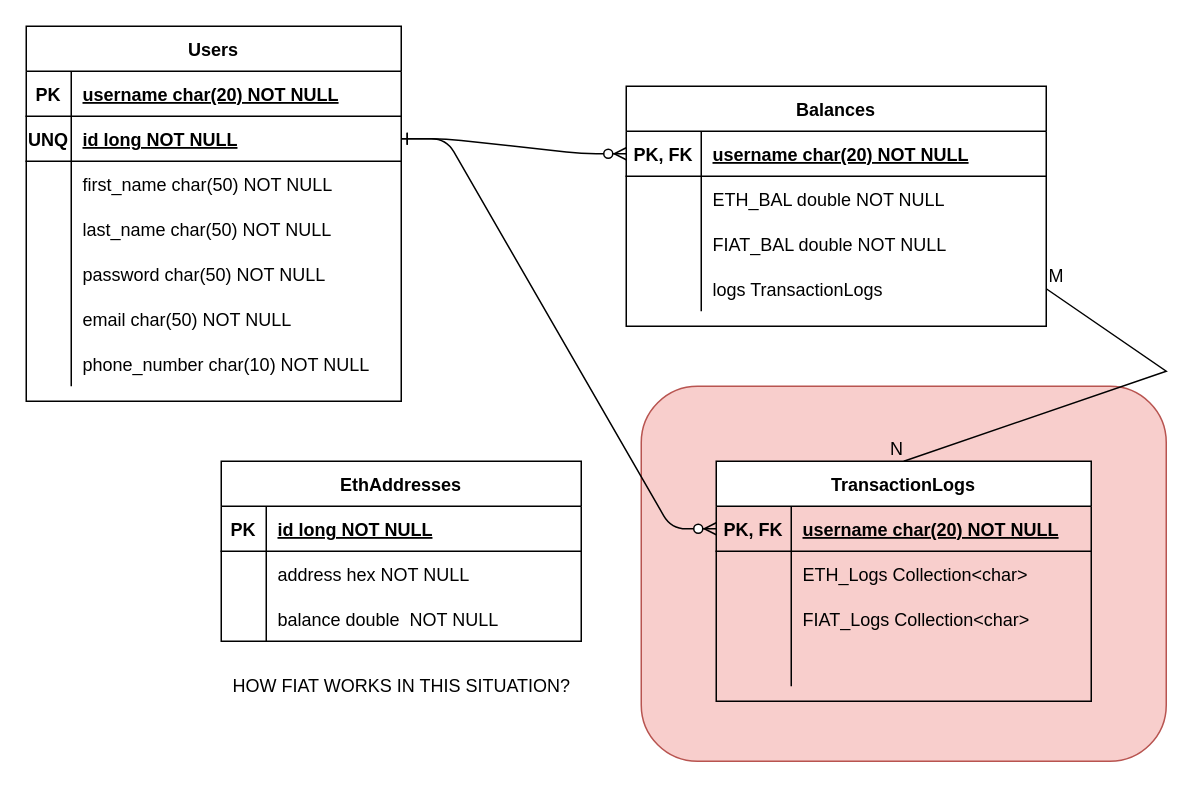
Danyelss/License-Backend-Spring-Boot keeps this draw.io diagram as DrawIo diagrams/DatabaseTables.drawio. Above is the earlier version. Source tidied: cells renumbered, new cells numbered last; positions are measured from the earlier drawing's top-left corner, leaving out a move shared by most shapes. Both pictures are drawn from the tidied source at 150%, with x=0, y=0 at pixel (26, 26).
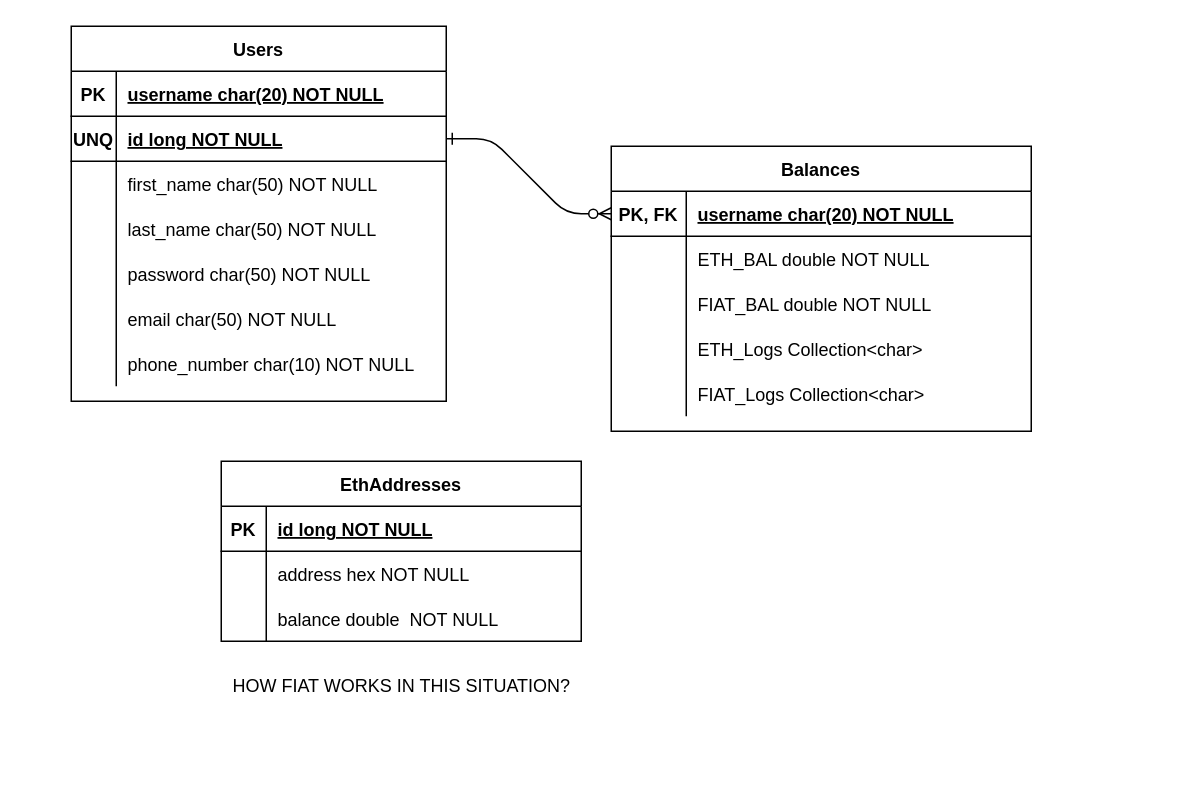
After the change.

Unchanged cells that the change refers to:
```xml
<mxCell id="7" style="shape=partialRectangle;fillColor=none;points=[[0,0.5],[1,0.5]];portConstraint=eastwest;top=0;left=0;right=0;bottom=1;" parent="3" vertex="1">
  <mxGeometry y="60" width="250" height="30" as="geometry" />
</mxCell>
<mxCell id="35" style="shape=partialRectangle;fillColor=none;top=0;left=0;bottom=0;right=0;points=[[0,0.5],[1,0.5]];portConstraint=eastwest;" parent="25" vertex="1">
  <mxGeometry y="120" width="280" height="30" as="geometry" />
</mxCell>
```

The edit, as a diff of the source:
```diff
@@
-    <mxCell id="2" style="rounded=1;whiteSpace=wrap;html=1;fillColor=#f8cecc;strokeColor=#b85450;" parent="1" vertex="1">
-      <mxGeometry x="410" y="240" width="350" height="250" as="geometry" />
-    </mxCell>
     <mxCell id="3" value="Users" style="shape=table;startSize=30;childLayout=tableLayout;rowLines=0;fontStyle=1;align=center;" parent="1" vertex="1">
-      <mxGeometry width="250" height="250" as="geometry" />
+      <mxGeometry x="30" width="250" height="250" as="geometry" />
     </mxCell>
@@
     <mxCell id="25" value="Balances" style="shape=table;startSize=30;childLayout=tableLayout;rowLines=0;fontStyle=1;align=center;" parent="1" vertex="1">
-      <mxGeometry x="400" y="40" width="280" height="160" as="geometry" />
+      <mxGeometry x="390" y="80" width="280" height="190" as="geometry" />
     </mxCell>
@@
-    <mxCell id="37" value="logs TransactionLogs" style="shape=partialRectangle;fillColor=none;top=0;left=0;bottom=0;right=0;align=left;spacingLeft=6;overflow=hidden;" parent="35" vertex="1">
+    <mxCell id="37" value="ETH_Logs Collection&lt;char&gt;" style="shape=partialRectangle;fillColor=none;top=0;left=0;bottom=0;right=0;align=left;spacingLeft=6;overflow=hidden;" parent="35" vertex="1">
       <mxGeometry x="50" width="230" height="30" as="geometry" />
     </mxCell>
+    <mxCell id="67" style="shape=partialRectangle;fillColor=none;top=0;left=0;bottom=0;right=0;" parent="25" vertex="1">
+      <mxGeometry y="150" width="280" height="30" as="geometry" />
+    </mxCell>
+    <mxCell id="68" style="shape=partialRectangle;fillColor=none;top=0;left=0;bottom=0;right=0;overflow=hidden;" parent="67" vertex="1">
+      <mxGeometry width="50" height="30" as="geometry" />
+    </mxCell>
+    <mxCell id="59" value="FIAT_Logs Collection&lt;char&gt;" style="shape=partialRectangle;fillColor=none;top=0;left=0;bottom=0;right=0;align=left;spacingLeft=6;overflow=hidden;" parent="67" vertex="1">
+      <mxGeometry x="50" width="230" height="30" as="geometry" />
+    </mxCell>
@@
-    <mxCell id="50" value="TransactionLogs" style="shape=table;startSize=30;childLayout=tableLayout;rowLines=0;fontStyle=1;align=center;" parent="1" vertex="1">
-      <mxGeometry x="460" y="290" width="250" height="160" as="geometry" />
-    </mxCell>
-    <mxCell id="51" style="shape=partialRectangle;fillColor=none;top=0;left=0;bottom=1;right=0;points=[[0,0.5],[1,0.5]];portConstraint=eastwest;" parent="50" vertex="1">
-      <mxGeometry y="30" width="250" height="30" as="geometry" />
-    </mxCell>
-    <mxCell id="52" value="PK, FK" style="shape=partialRectangle;fillColor=none;top=0;left=0;bottom=0;right=0;fontStyle=1;overflow=hidden;" parent="51" vertex="1">
-      <mxGeometry width="50" height="30" as="geometry" />
-    </mxCell>
-    <mxCell id="53" value="username char(20) NOT NULL" style="shape=partialRectangle;fillColor=none;top=0;left=0;bottom=0;right=0;align=left;spacingLeft=6;fontStyle=5;overflow=hidden;" parent="51" vertex="1">
-      <mxGeometry x="50" width="200" height="30" as="geometry" />
-    </mxCell>
-    <mxCell id="54" style="shape=partialRectangle;fillColor=none;top=0;left=0;bottom=0;right=0;" parent="50" vertex="1">
-      <mxGeometry y="60" width="250" height="30" as="geometry" />
-    </mxCell>
-    <mxCell id="55" style="shape=partialRectangle;fillColor=none;top=0;left=0;bottom=0;right=0;overflow=hidden;" parent="54" vertex="1">
-      <mxGeometry width="50" height="30" as="geometry" />
-    </mxCell>
-    <mxCell id="56" value="ETH_Logs Collection&lt;char&gt;" style="shape=partialRectangle;fillColor=none;top=0;left=0;bottom=0;right=0;align=left;spacingLeft=6;overflow=hidden;" parent="54" vertex="1">
-      <mxGeometry x="50" width="200" height="30" as="geometry" />
-    </mxCell>
-    <mxCell id="57" style="shape=partialRectangle;fillColor=none;top=0;left=0;bottom=0;right=0;" parent="50" vertex="1">
-      <mxGeometry y="90" width="250" height="30" as="geometry" />
-    </mxCell>
-    <mxCell id="58" style="shape=partialRectangle;fillColor=none;top=0;left=0;bottom=0;right=0;overflow=hidden;" parent="57" vertex="1">
-      <mxGeometry width="50" height="30" as="geometry" />
-    </mxCell>
-    <mxCell id="59" value="FIAT_Logs Collection&lt;char&gt;" style="shape=partialRectangle;fillColor=none;top=0;left=0;bottom=0;right=0;align=left;spacingLeft=6;overflow=hidden;" parent="57" vertex="1">
-      <mxGeometry x="50" width="200" height="30" as="geometry" />
-    </mxCell>
-    <mxCell id="60" style="shape=partialRectangle;fillColor=none;top=0;left=0;bottom=0;right=0;" parent="50" vertex="1">
-      <mxGeometry y="120" width="250" height="30" as="geometry" />
-    </mxCell>
-    <mxCell id="61" style="shape=partialRectangle;fillColor=none;top=0;left=0;bottom=0;right=0;overflow=hidden;" parent="60" vertex="1">
-      <mxGeometry width="50" height="30" as="geometry" />
-    </mxCell>
-    <mxCell id="62" style="shape=partialRectangle;fillColor=none;top=0;left=0;bottom=0;right=0;align=left;spacingLeft=6;overflow=hidden;" parent="60" vertex="1">
-      <mxGeometry x="50" width="200" height="30" as="geometry" />
-    </mxCell>
-    <mxCell id="63" style="edgeStyle=entityRelationEdgeStyle;endArrow=ERzeroToMany;startArrow=ERone;endFill=1;startFill=0;exitX=1;exitY=0.5;exitDx=0;exitDy=0;entryX=0;entryY=0.5;entryDx=0;entryDy=0;" parent="1" edge="1" source="7" target="51">
-      <mxGeometry relative="1" as="geometry" />
-    </mxCell>
-    <mxCell id="64" style="endArrow=none;html=1;rounded=0;exitX=1;exitY=0.5;exitDx=0;exitDy=0;entryX=0.5;entryY=0;entryDx=0;entryDy=0;" parent="1" edge="1" source="35" target="50">
-      <mxGeometry relative="1" as="geometry">
-        <Array as="points">
-          <mxPoint x="760" y="230" />
-        </Array>
-      </mxGeometry>
-    </mxCell>
-    <mxCell id="65" value="M" style="html=1;align=left;verticalAlign=bottom;" parent="64" vertex="1">
-      <mxGeometry x="-1" relative="1" as="geometry" />
-    </mxCell>
-    <mxCell id="66" value="N" style="html=1;align=right;verticalAlign=bottom;" parent="64" vertex="1">
-      <mxGeometry x="1" relative="1" as="geometry" />
-    </mxCell>
```
